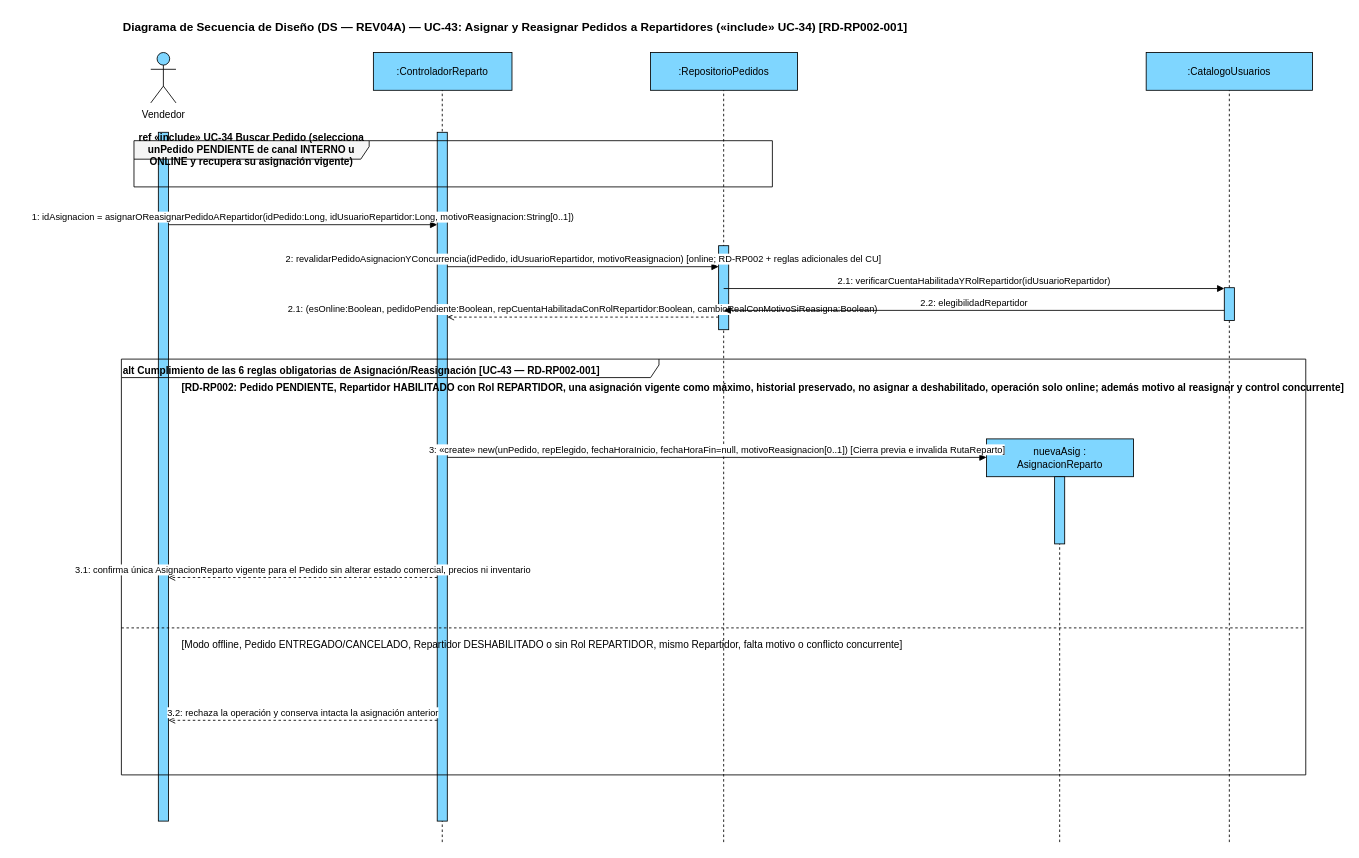
This is page "DS UC-43 Asignar Reasignar Pedidos (REV04A)" (4 of 6) of docs/08-diagramas/revision/REV04_PEDIDOS_ENTREGAS/propuestos/DS_REV04A_CORREGIDO.drawio.xml from leandrito369/ale-milanesas, a draw.io file, before an edit. Source tidied: cells renumbered, new cells numbered last; positions are measured from the earlier drawing's top-left corner, leaving out a move shared by most shapes. Both pictures are drawn from the tidied source at 84%, with x=0, y=0 at pixel (121, 14).
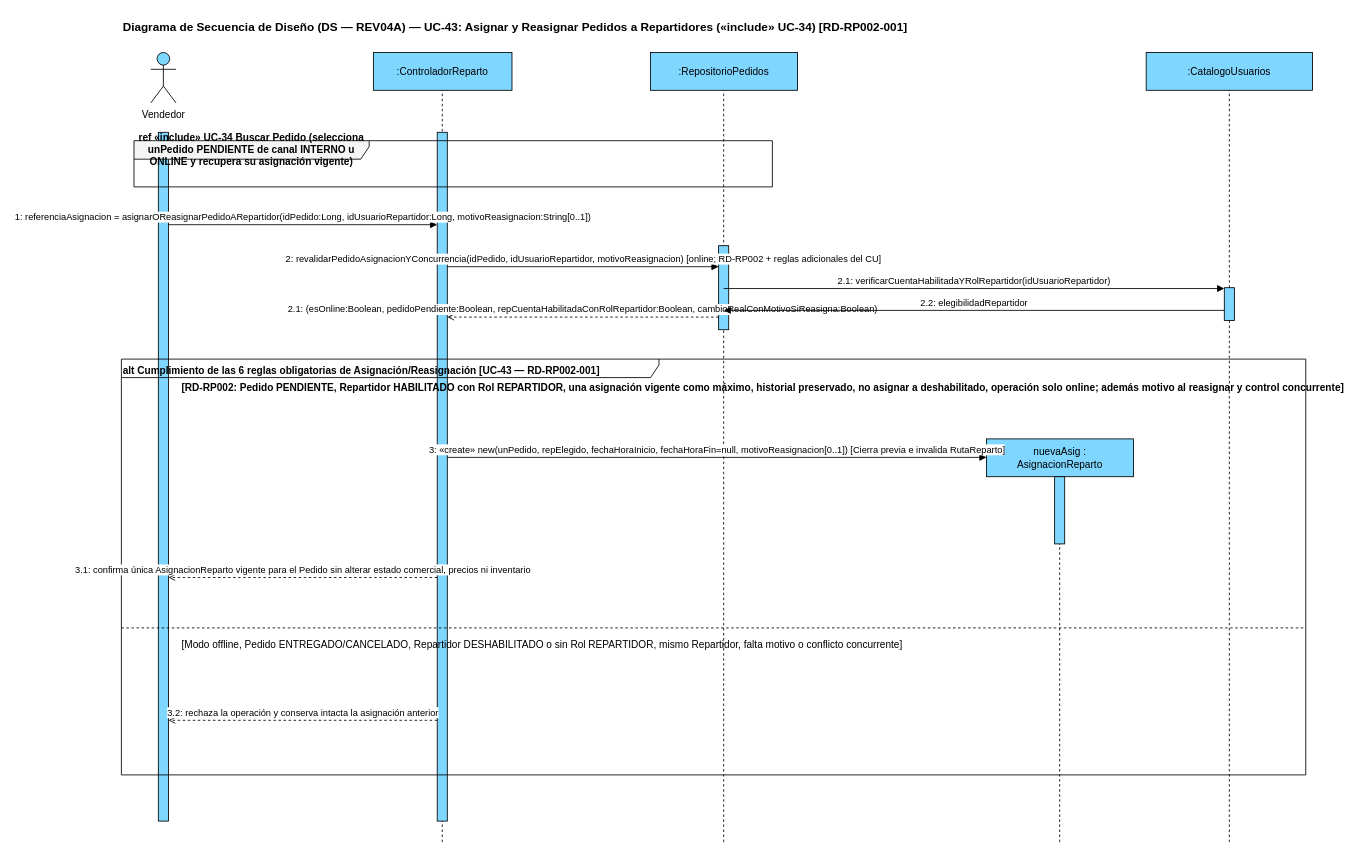
The same page after the edit.

What changed in the source:
```diff
@@
-    <mxCell id="15" value="1: idAsignacion = asignarOReasignarPedidoARepartidor(idPedido:Long, idUsuarioRepartidor:Long, motivoReasignacion:String[0..1])" style="html=1;verticalAlign=bottom;endArrow=block;endFill=1;strokeColor=#000000;" parent="1" edge="1">
+    <mxCell id="15" value="1: referenciaAsignacion = asignarOReasignarPedidoARepartidor(idPedido:Long, idUsuarioRepartidor:Long, motivoReasignacion:String[0..1])" style="html=1;verticalAlign=bottom;endArrow=block;endFill=1;strokeColor=#000000;" parent="1" edge="1">
       <mxGeometry relative="1" as="geometry">
         <mxPoint x="56" y="250" as="sourcePoint" />
         <mxPoint x="376" y="250" as="targetPoint" />
       </mxGeometry>
     </mxCell>
```
